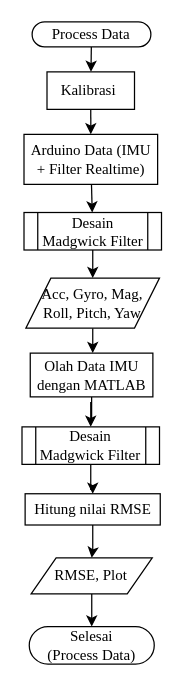
The draw.io diagram page "Page-2" (4 of 4) of Graph/flowchart_FIX.drawio in utamadonny/AHRS-MKF, before the edit. Source tidied: cells renumbered, new cells numbered last; positions are measured from the earlier drawing's top-left corner, leaving out a move shared by most shapes. Both pictures are drawn from the tidied source at 125%, with x=0, y=0 at pixel (21, 21).
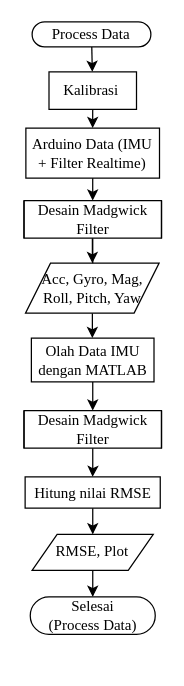
After the change.

What changed in the source:
```diff
@@
     <mxCell id="4" value="&lt;font face=&quot;Times New Roman&quot;&gt;Selesai&lt;br&gt;(Process Data)&lt;/font&gt;" style="whiteSpace=wrap;html=1;rounded=1;arcSize=50;" parent="1" vertex="1">
-      <mxGeometry x="5.9" y="483.8" width="100" height="30" as="geometry" />
+      <mxGeometry x="6.7" y="460" width="100" height="30" as="geometry" />
     </mxCell>
@@
     <mxCell id="6" value="&lt;font face=&quot;Times New Roman&quot;&gt;Olah Data IMU dengan MATLAB&lt;/font&gt;" style="rounded=1;whiteSpace=wrap;html=1;arcSize=0;" parent="1" vertex="1">
-      <mxGeometry x="6.7" y="265" width="98.1" height="35" as="geometry" />
+      <mxGeometry x="7.6" y="253" width="98.1" height="35" as="geometry" />
     </mxCell>
@@
     <mxCell id="8" value="&lt;font face=&quot;Times New Roman&quot;&gt;Arduino Data (IMU + Filter Realtime)&lt;/font&gt;" style="rounded=1;whiteSpace=wrap;html=1;arcSize=0;" parent="1" vertex="1">
-      <mxGeometry x="1.7" y="90" width="106.9" height="40" as="geometry" />
+      <mxGeometry x="3.2" y="85" width="106.9" height="40" as="geometry" />
     </mxCell>
@@
     <mxCell id="10" value="&lt;font face=&quot;Times New Roman&quot;&gt;Acc, Gyro, Mag, Roll, Pitch, Yaw&lt;/font&gt;" style="shape=parallelogram;perimeter=parallelogramPerimeter;whiteSpace=wrap;html=1;fixedSize=1;rounded=1;arcSize=0;" parent="1" vertex="1">
-      <mxGeometry x="3.2" y="205" width="106.9" height="40" as="geometry" />
+      <mxGeometry x="2.9" y="193" width="106.9" height="40" as="geometry" />
     </mxCell>
@@
     <mxCell id="12" value="&lt;font face=&quot;Times New Roman&quot;&gt;Hitung nilai RMSE&lt;/font&gt;" style="whiteSpace=wrap;html=1;rounded=1;arcSize=0;" parent="1" vertex="1">
-      <mxGeometry x="2.6" y="377.5" width="108.1" height="25" as="geometry" />
+      <mxGeometry x="2.6" y="364" width="108.1" height="25" as="geometry" />
     </mxCell>
@@
     <mxCell id="14" value="&lt;font face=&quot;Times New Roman&quot;&gt;RMSE, Plot&lt;/font&gt;" style="shape=parallelogram;perimeter=parallelogramPerimeter;whiteSpace=wrap;html=1;fixedSize=1;rounded=1;arcSize=0;" parent="1" vertex="1">
-      <mxGeometry x="7.4" y="428.8" width="96.9" height="28.8" as="geometry" />
+      <mxGeometry x="8.2" y="410" width="96.9" height="28.8" as="geometry" />
     </mxCell>
@@
-    <mxCell id="16" value="&lt;font face=&quot;Times New Roman&quot;&gt;Desain Madgwick Filter&lt;/font&gt;" style="shape=process;whiteSpace=wrap;html=1;backgroundOutline=1;" parent="1" vertex="1">
-      <mxGeometry x="1.7" y="152.5" width="110" height="30" as="geometry" />
+    <mxCell id="16" value="&lt;font face=&quot;Times New Roman&quot;&gt;Desain Madgwick Filter&lt;/font&gt;" style="shape=process;whiteSpace=wrap;html=1;backgroundOutline=1;size=0;" parent="1" vertex="1">
+      <mxGeometry x="1.7" y="143" width="110" height="30" as="geometry" />
     </mxCell>
@@
-    <mxCell id="18" value="&lt;font face=&quot;Times New Roman&quot;&gt;Desain Madgwick Filter&lt;/font&gt;" style="shape=process;whiteSpace=wrap;html=1;backgroundOutline=1;" parent="1" vertex="1">
-      <mxGeometry x="0.1" y="324" width="110" height="30" as="geometry" />
+    <mxCell id="18" value="&lt;font face=&quot;Times New Roman&quot;&gt;Desain Madgwick Filter&lt;/font&gt;" style="shape=process;whiteSpace=wrap;html=1;backgroundOutline=1;size=0;" parent="1" vertex="1">
+      <mxGeometry x="1.7" y="311" width="110" height="30" as="geometry" />
     </mxCell>
@@
     <mxCell id="20" value="&lt;font face=&quot;Times New Roman&quot;&gt;Kalibrasi&amp;nbsp;&lt;/font&gt;" style="rounded=1;whiteSpace=wrap;html=1;arcSize=0;" parent="1" vertex="1">
-      <mxGeometry x="20.1" y="40" width="70" height="30" as="geometry" />
+      <mxGeometry x="21.7" y="40" width="70" height="30" as="geometry" />
     </mxCell>
```
